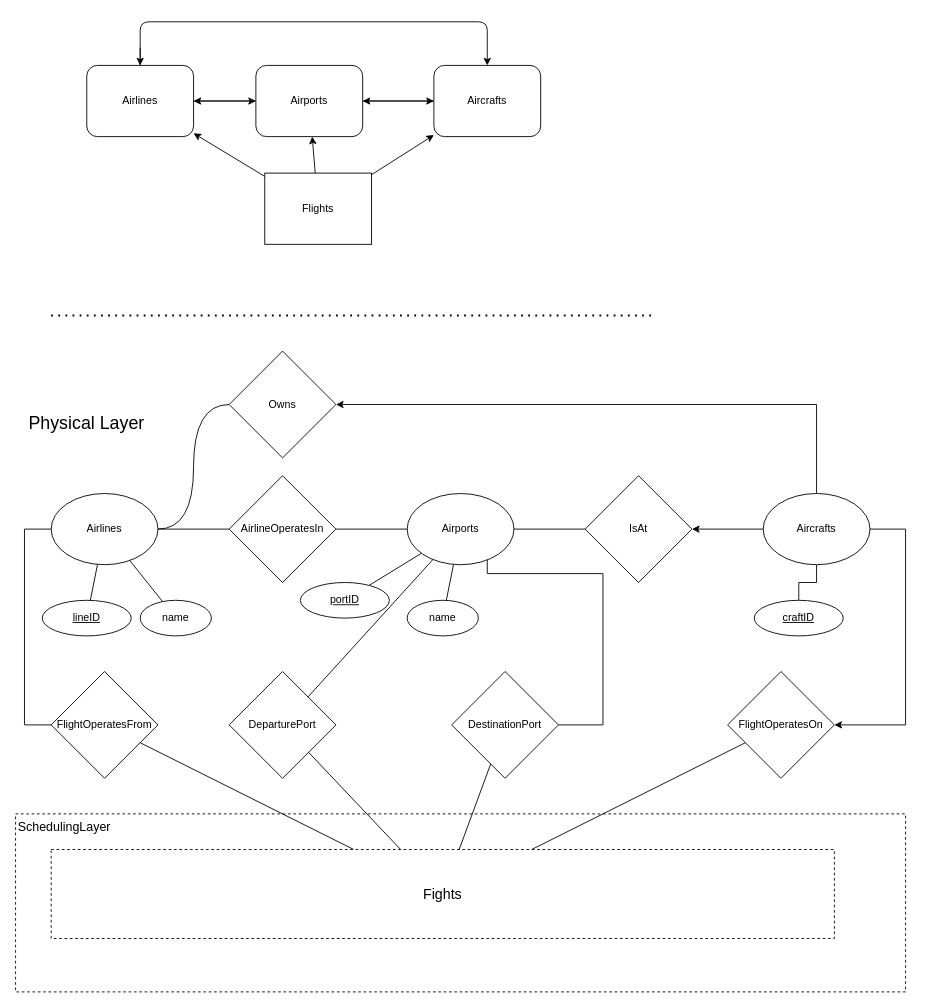
The draw.io diagram page "PhysicalLayer" (3 of 7) of ERDiagram.drawio in kyle4036/DatabaseManagement2026Project1, before the edit. Source tidied: cells renumbered, new cells numbered last; positions are measured from the earlier drawing's top-left corner, leaving out a move shared by most shapes. Both pictures are drawn from the tidied source at 89%, with x=0, y=0 at pixel (15, 21).
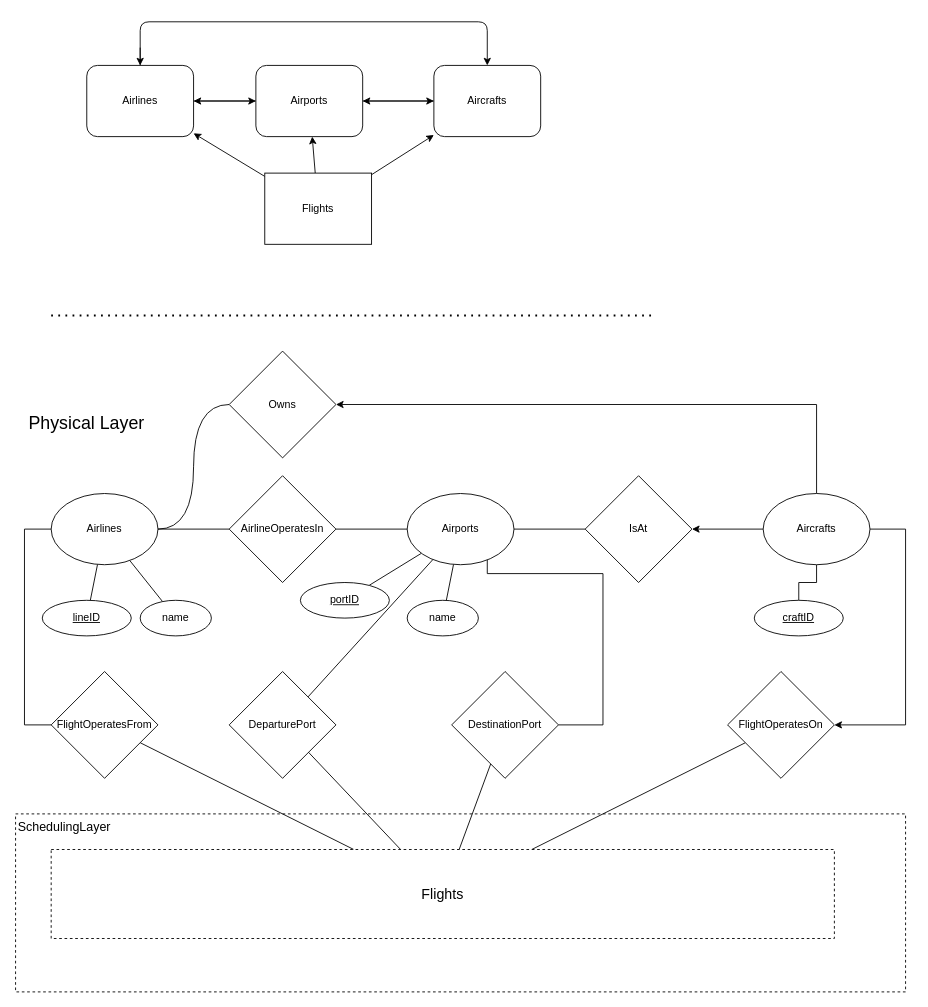
Above is the later version.

Diff of the diagram source:
```diff
@@
-    <mxCell id="41" value="&lt;font style=&quot;font-size: 16px;&quot;&gt;Fights&lt;/font&gt;" style="rounded=0;whiteSpace=wrap;html=1;dashed=1;" parent="1" vertex="1">
+    <mxCell id="41" value="&lt;font style=&quot;font-size: 16px;&quot;&gt;Flights&lt;/font&gt;" style="rounded=0;whiteSpace=wrap;html=1;dashed=1;" parent="1" vertex="1">
       <mxGeometry x="40" y="930" width="880" height="100" as="geometry" />
     </mxCell>
```
